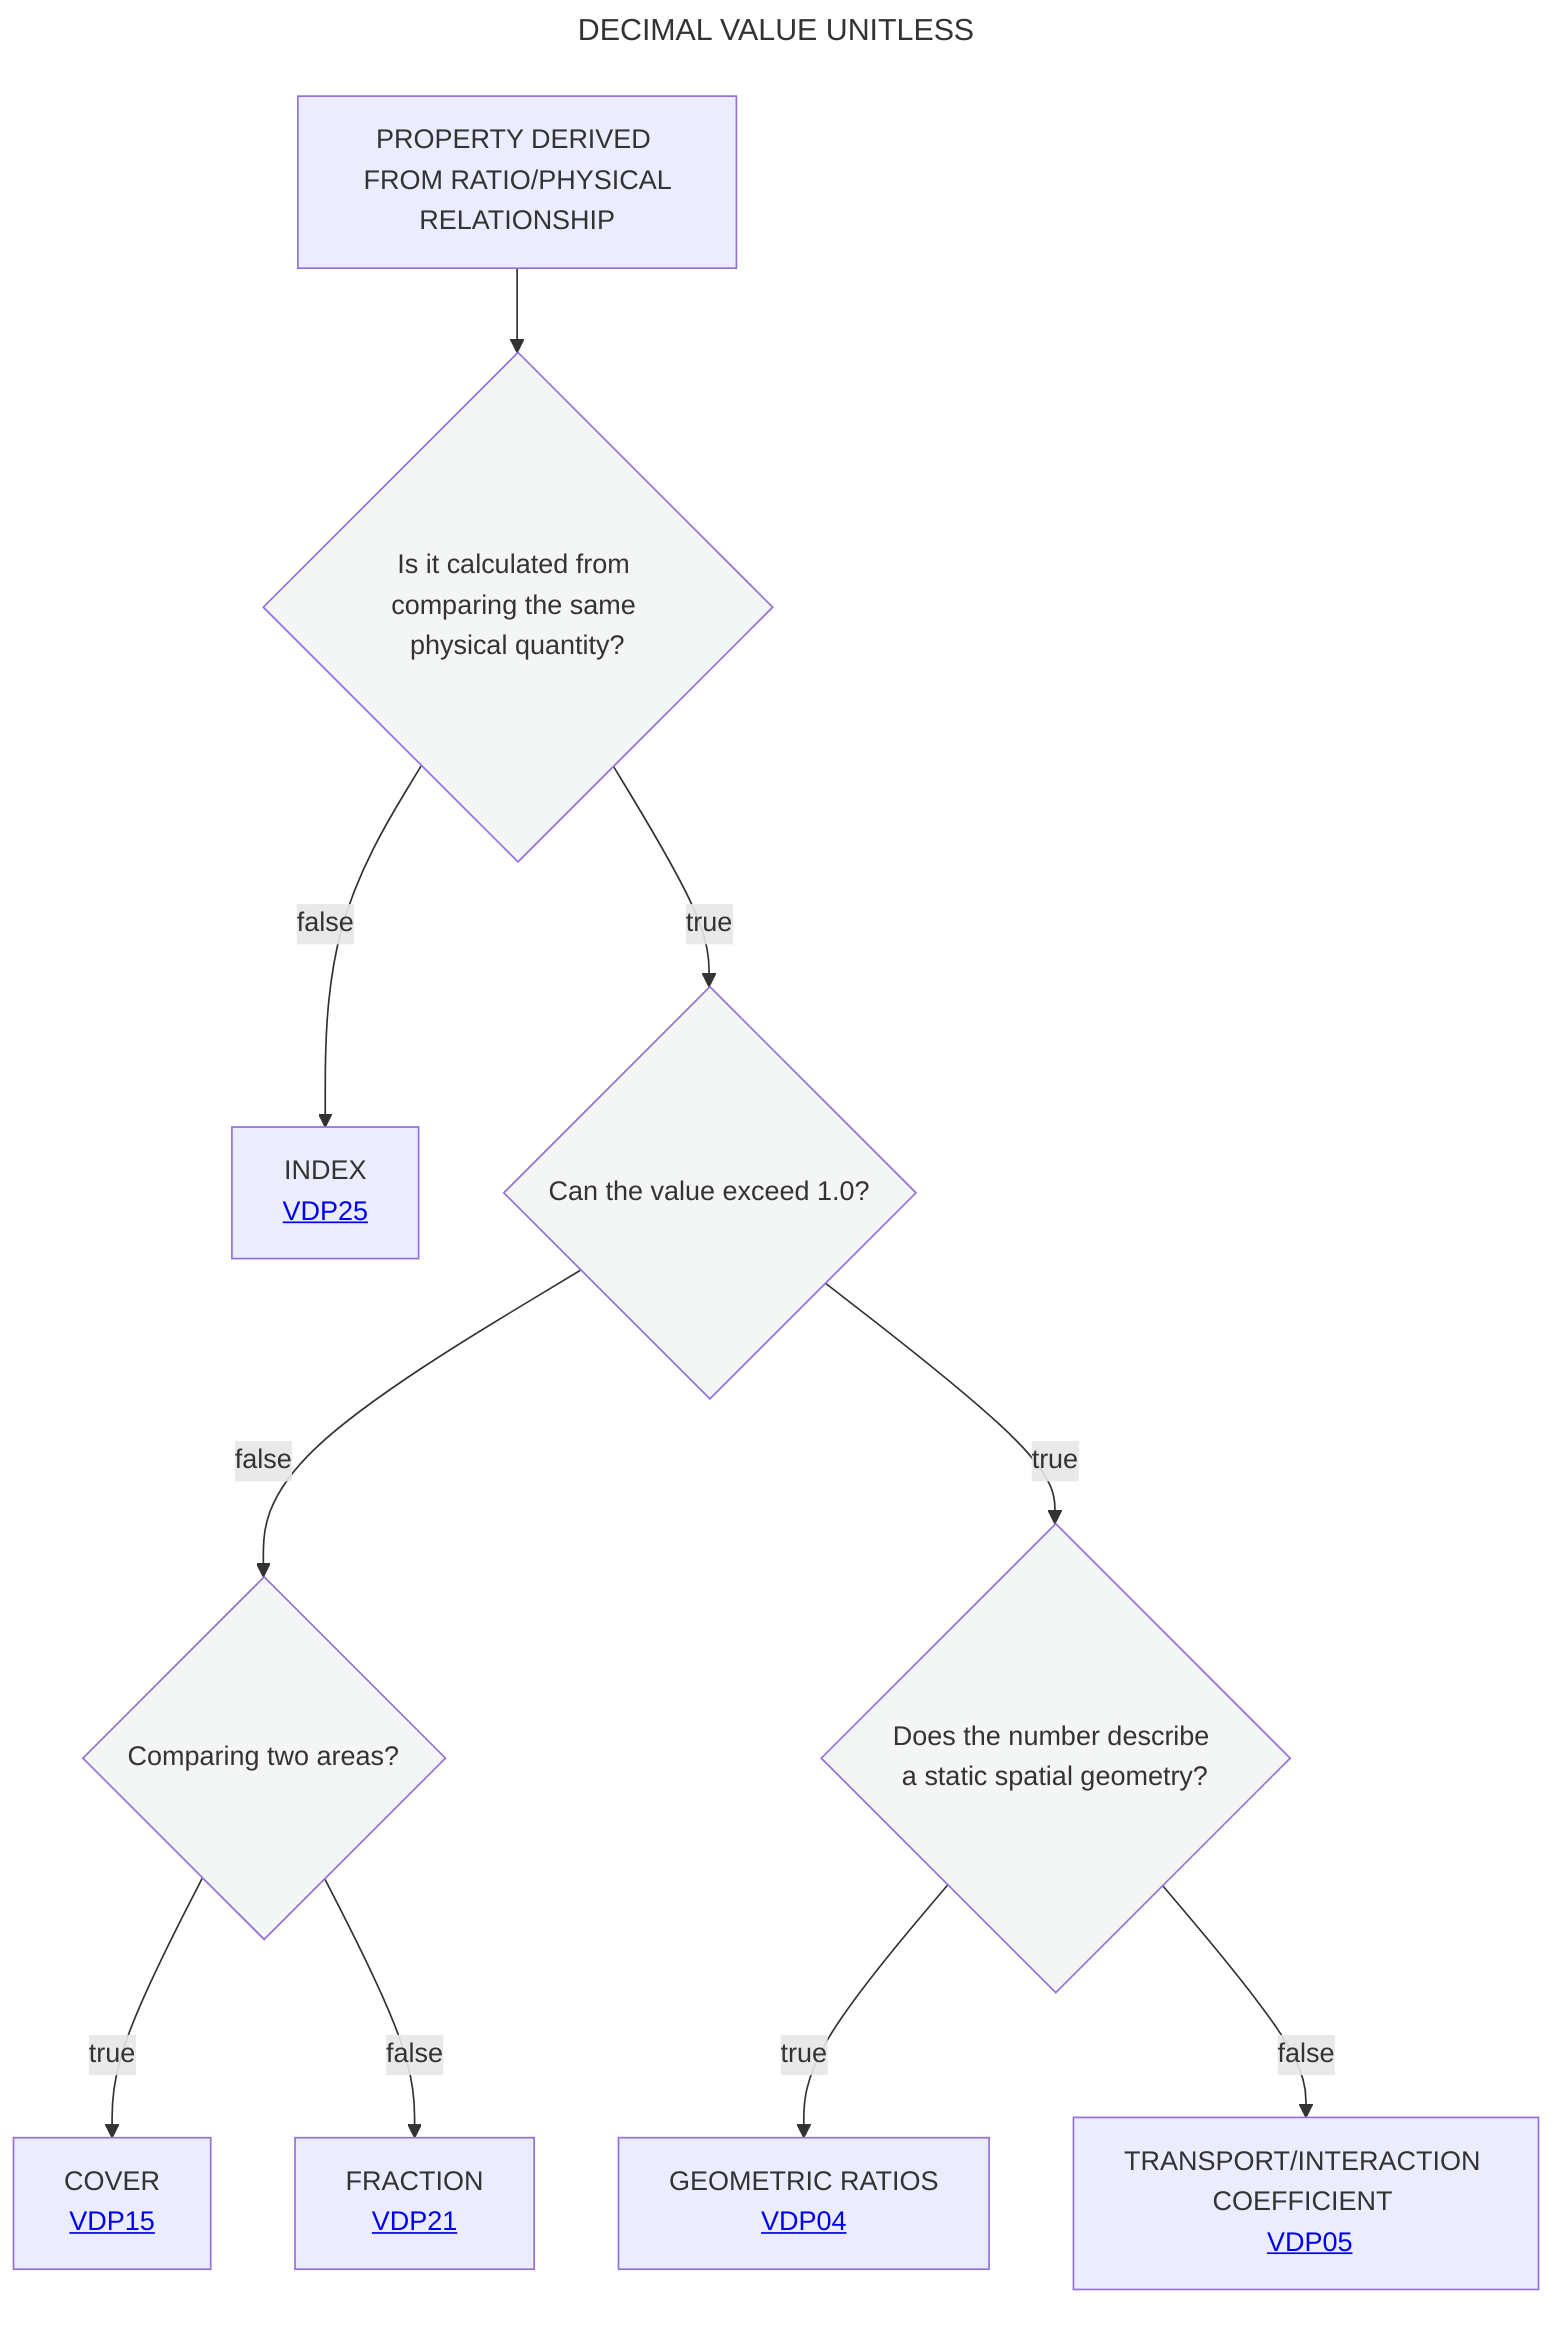
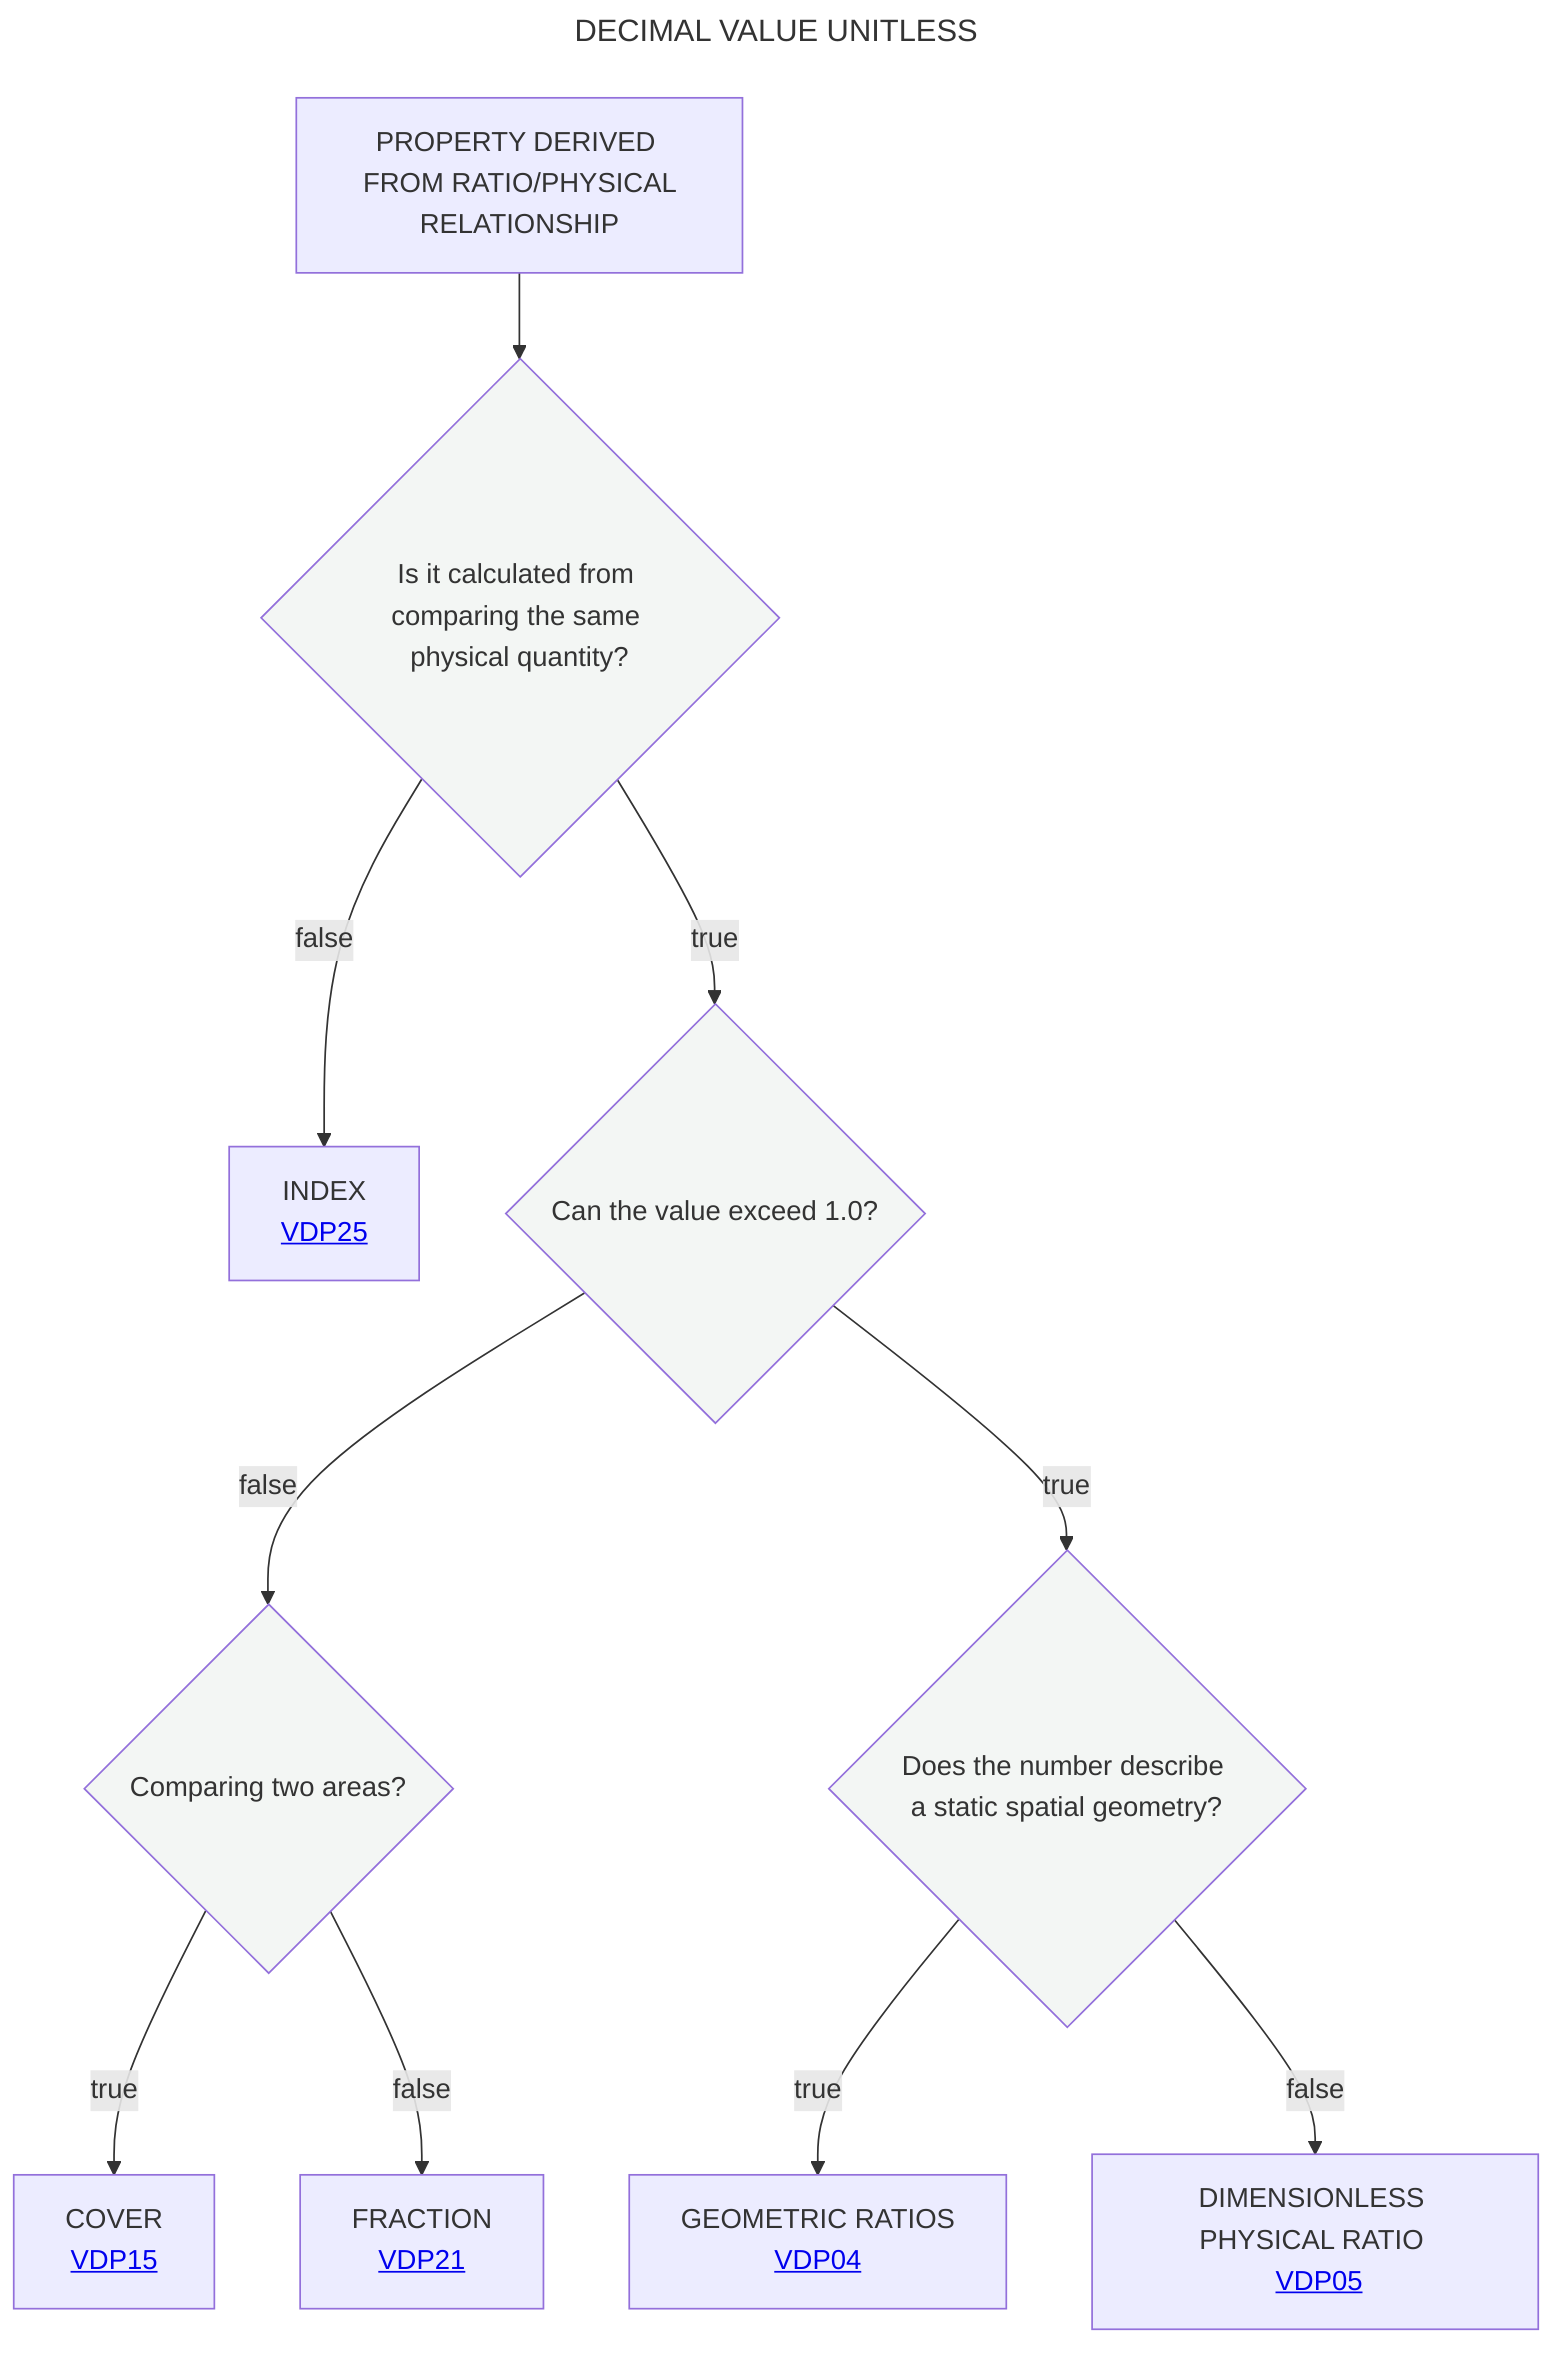
---
title: DECIMAL VALUE UNITLESS
---
flowchart TD
    A[PROPERTY DERIVED <br> FROM RATIO/PHYSICAL RELATIONSHIP] --> B{Is it calculated from comparing the same physical quantity?}:::white
    B --> |false|C[INDEX <br> <a href='https://github.com/mabablue/I-ADOPT-patterns-playground/blob/main/pattern/VDP25.yaml'>VDP25</a>]
    B --> |true|D{Can the value exceed 1.0?}:::white
    D --> |false|E{Comparing two areas?}:::white
    D --> |true|L{Does the number describe a static spatial geometry?}:::white
    E --> |true|G[COVER <br> <a href='https://github.com/mabablue/I-ADOPT-patterns-playground/blob/main/pattern/VDP15.yaml'>VDP15</a>]
    E --> |false|H[FRACTION <br> <a href='https://github.com/mabablue/I-ADOPT-patterns-playground/blob/main/pattern/VDP21.yaml'>VDP21</a>]
    L --> |true|M[GEOMETRIC RATIOS <br> <a href='https://github.com/mabablue/I-ADOPT-patterns-playground/blob/main/pattern/VDP04.yaml'>VDP04</a>]
-     L --> |false|N[TRANSPORT/INTERACTION COEFFICIENT <br> <a href='https://github.com/mabablue/I-ADOPT-patterns-playground/blob/main/pattern/VDP05.yaml'>VDP05</a>]
+     L --> |false|N[DIMENSIONLESS PHYSICAL RATIO <br> <a href='https://github.com/mabablue/I-ADOPT-patterns-playground/blob/main/pattern/VDP05.yaml'>VDP05</a>]
   classDef blue fill:#90D5FF
   classDef satblue fill:#57B9FF
   classDef white fill:#f3f6f4
   classDef green fill:#6aa84f
